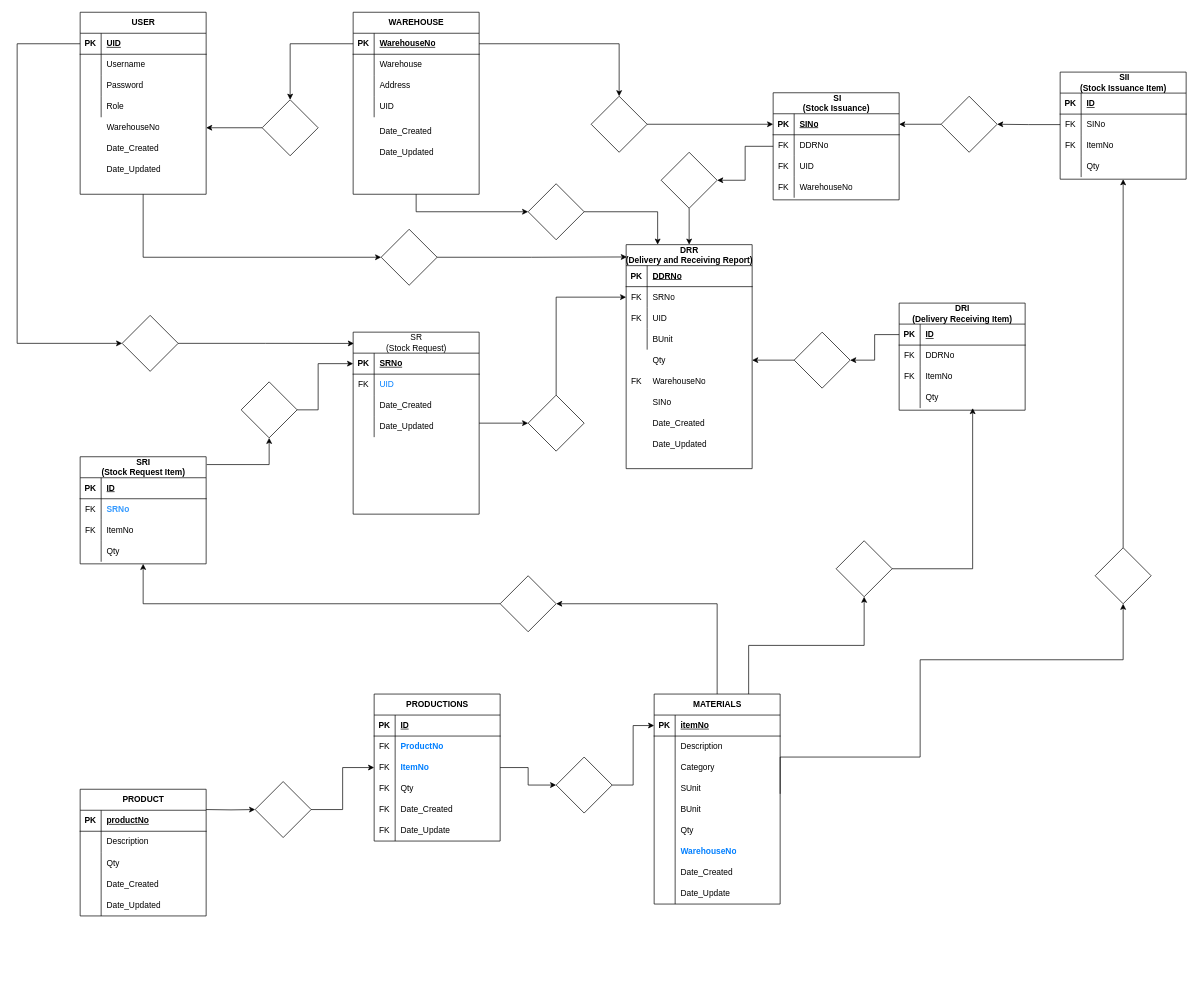
The draw.io diagram Diagram.drawio in ediangca/ACES-POS, before the edit. Source tidied: cells renumbered, new cells numbered last; positions are measured from the earlier drawing's top-left corner, leaving out a move shared by most shapes. Both pictures are drawn from the tidied source at 70%, with x=0, y=0 at pixel (17, 12).
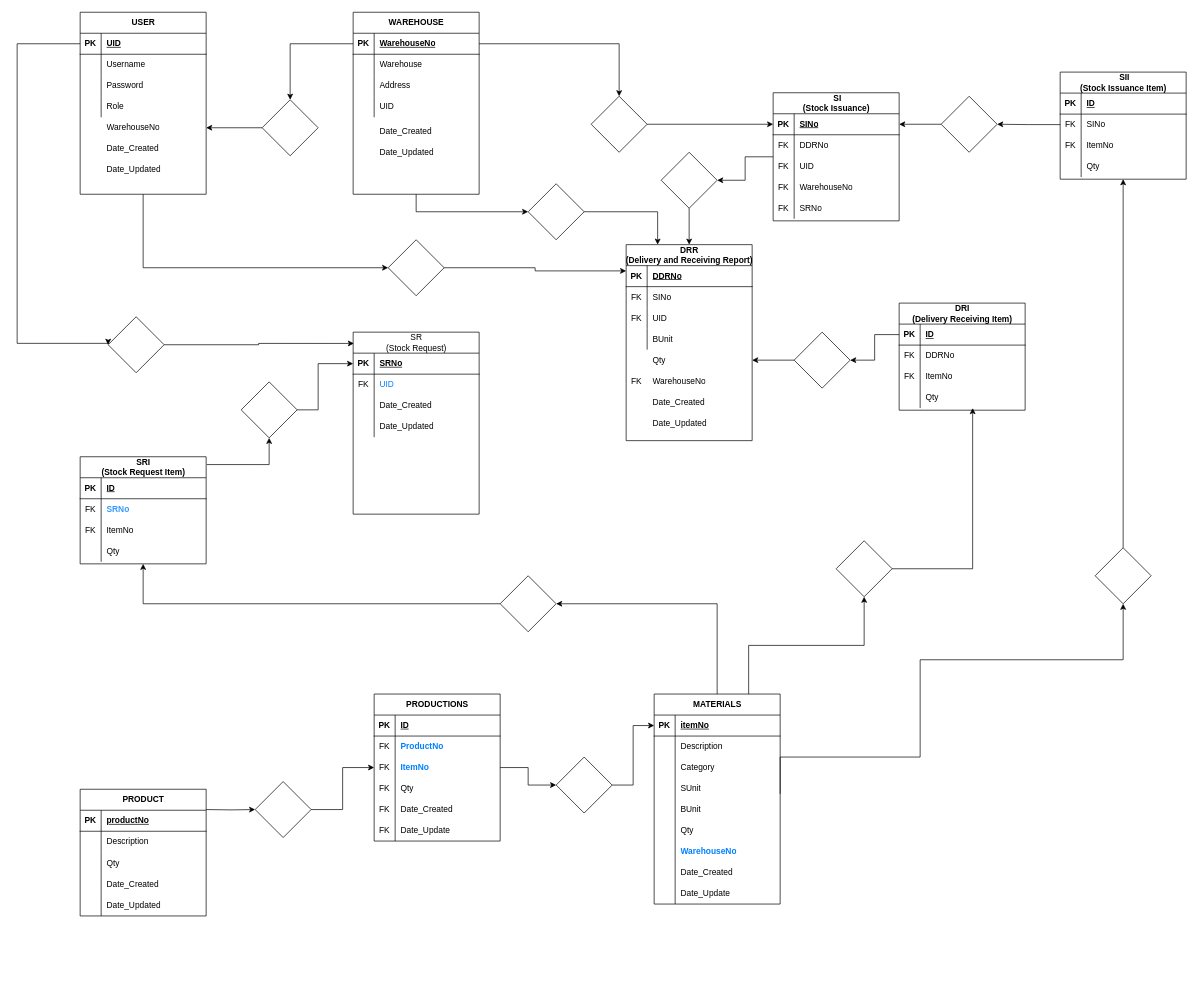
The same page after the edit.

Unchanged cells that the change refers to:
```xml
<mxCell id="107" style="group;" parent="1" vertex="1">
  <mxGeometry x="870" y="332" width="180" height="320" as="geometry" />
</mxCell>
<mxCell id="110" value="PK" style="shape=partialRectangle;fillColor=none;top=0;left=0;bottom=0;right=0;fontStyle=1;overflow=hidden;whiteSpace=wrap;html=1;" parent="109" vertex="1">
  <mxGeometry width="30" height="30" as="geometry" />
</mxCell>
<mxCell id="112" style="shape=tableRow;horizontal=0;startSize=0;swimlaneHead=0;swimlaneBody=0;fillColor=none;top=0;left=0;right=0;bottom=0;" parent="108" vertex="1">
  <mxGeometry y="60" width="180" height="30" as="geometry" />
</mxCell>
<mxCell id="113" value="FK" style="shape=partialRectangle;fillColor=none;top=0;left=0;bottom=0;right=0;overflow=hidden;whiteSpace=wrap;html=1;" parent="112" vertex="1">
  <mxGeometry width="30" height="30" as="geometry" />
</mxCell>
<mxCell id="127" style="shape=tableRow;horizontal=0;startSize=0;swimlaneHead=0;swimlaneBody=0;fillColor=none;top=0;left=0;right=0;bottom=0;" parent="107" vertex="1">
  <mxGeometry y="210" width="180" height="30" as="geometry" />
</mxCell>
<mxCell id="130" style="shape=tableRow;horizontal=0;startSize=0;swimlaneHead=0;swimlaneBody=0;fillColor=none;top=0;left=0;right=0;bottom=0;" parent="107" vertex="1">
  <mxGeometry y="240" width="180" height="30" as="geometry" />
</mxCell>
<mxCell id="137" value="SR&lt;div&gt;(Stock Request)&lt;/div&gt;" style="shape=table;startSize=30;childLayout=tableLayout;rowLines=0;fontStyle=0;align=center;html=1;" parent="1" vertex="1">
  <mxGeometry x="480" y="457" width="180" height="260" as="geometry" />
</mxCell>
```

Diff of the diagram source:
```diff
@@
     <mxCell id="108" value="DRR&lt;div&gt;(Delivery and Receiving Report)&lt;/div&gt;" style="shape=table;startSize=30;childLayout=tableLayout;rowLines=0;fontStyle=1;align=center;html=1;" parent="107" vertex="1">
-      <mxGeometry width="180" height="320" as="geometry" />
+      <mxGeometry width="180" height="280" as="geometry" />
     </mxCell>
@@
-    <mxCell id="114" value="SRNo" style="shape=partialRectangle;fillColor=none;top=0;left=0;bottom=0;right=0;align=left;spacingLeft=6;overflow=hidden;whiteSpace=wrap;html=1;" parent="112" vertex="1">
+    <mxCell id="114" value="SINo" style="shape=partialRectangle;fillColor=none;top=0;left=0;bottom=0;right=0;align=left;spacingLeft=6;overflow=hidden;whiteSpace=wrap;html=1;" parent="112" vertex="1">
       <mxGeometry x="30" width="150" height="30" as="geometry" />
     </mxCell>
@@
-    <mxCell id="129" value="SINo" style="shape=partialRectangle;fillColor=none;top=0;left=0;bottom=0;right=0;align=left;spacingLeft=6;overflow=hidden;whiteSpace=wrap;html=1;" parent="127" vertex="1">
+    <mxCell id="129" value="Date_Created" style="shape=partialRectangle;fillColor=none;top=0;left=0;bottom=0;right=0;align=left;spacingLeft=6;overflow=hidden;whiteSpace=wrap;html=1;" parent="127" vertex="1">
       <mxGeometry x="30" width="150" height="30" as="geometry" />
     </mxCell>
@@
-    <mxCell id="132" value="Date_Created" style="shape=partialRectangle;fillColor=none;top=0;left=0;bottom=0;right=0;align=left;spacingLeft=6;overflow=hidden;whiteSpace=wrap;html=1;" parent="130" vertex="1">
+    <mxCell id="132" value="Date_Updated" style="shape=partialRectangle;fillColor=none;top=0;left=0;bottom=0;right=0;align=left;spacingLeft=6;overflow=hidden;whiteSpace=wrap;html=1;" parent="130" vertex="1">
       <mxGeometry x="30" width="150" height="30" as="geometry" />
     </mxCell>
-    <mxCell id="133" style="shape=tableRow;horizontal=0;startSize=0;swimlaneHead=0;swimlaneBody=0;fillColor=none;top=0;left=0;right=0;bottom=0;" parent="107" vertex="1">
-      <mxGeometry y="270" width="180" height="30" as="geometry" />
-    </mxCell>
-    <mxCell id="134" style="shape=partialRectangle;fillColor=none;top=0;left=0;bottom=0;right=0;overflow=hidden;whiteSpace=wrap;html=1;" parent="133" vertex="1">
-      <mxGeometry width="30" height="30" as="geometry" />
-    </mxCell>
-    <mxCell id="135" value="Date_Updated" style="shape=partialRectangle;fillColor=none;top=0;left=0;bottom=0;right=0;align=left;spacingLeft=6;overflow=hidden;whiteSpace=wrap;html=1;" parent="133" vertex="1">
-      <mxGeometry x="30" width="150" height="30" as="geometry" />
-    </mxCell>
-    <mxCell id="136" style="edgeStyle=orthogonalEdgeStyle;rounded=0;jettySize=auto;html=1;fontFamily=Helvetica;fontSize=12;fontColor=default;fontStyle=1;" parent="1" edge="1" source="137" target="176">
-      <mxGeometry relative="1" as="geometry" />
-    </mxCell>
@@
-    <mxCell id="144" style="shape=tableRow;horizontal=0;startSize=0;swimlaneHead=0;swimlaneBody=0;fillColor=none;top=0;left=0;right=0;bottom=0;" parent="137" vertex="1">
-      <mxGeometry y="90" width="180" height="30" as="geometry" />
-    </mxCell>
-    <mxCell id="145" style="shape=partialRectangle;fillColor=none;top=0;left=0;bottom=0;right=0;overflow=hidden;whiteSpace=wrap;html=1;" parent="144" vertex="1">
-      <mxGeometry width="30" height="30" as="geometry" />
-    </mxCell>
-    <mxCell id="146" value="Date_Created" style="shape=partialRectangle;fillColor=none;top=0;left=0;bottom=0;right=0;align=left;spacingLeft=6;overflow=hidden;whiteSpace=wrap;html=1;" parent="144" vertex="1">
-      <mxGeometry x="30" width="150" height="30" as="geometry" />
-    </mxCell>
     <mxCell id="147" style="shape=tableRow;horizontal=0;startSize=0;swimlaneHead=0;swimlaneBody=0;fillColor=none;top=0;left=0;right=0;bottom=0;" parent="137" vertex="1">
-      <mxGeometry y="120" width="180" height="30" as="geometry" />
+      <mxGeometry y="90" width="180" height="30" as="geometry" />
     </mxCell>
@@
-    <mxCell id="149" value="Date_Updated" style="shape=partialRectangle;fillColor=none;top=0;left=0;bottom=0;right=0;align=left;spacingLeft=6;overflow=hidden;whiteSpace=wrap;html=1;" parent="147" vertex="1">
+    <mxCell id="149" value="Date_Created" style="shape=partialRectangle;fillColor=none;top=0;left=0;bottom=0;right=0;align=left;spacingLeft=6;overflow=hidden;whiteSpace=wrap;html=1;" parent="147" vertex="1">
       <mxGeometry x="30" width="150" height="30" as="geometry" />
     </mxCell>
+    <mxCell id="261" style="shape=tableRow;horizontal=0;startSize=0;swimlaneHead=0;swimlaneBody=0;fillColor=none;top=0;left=0;right=0;bottom=0;" parent="137" vertex="1">
+      <mxGeometry y="120" width="180" height="30" as="geometry" />
+    </mxCell>
+    <mxCell id="262" style="shape=partialRectangle;fillColor=none;top=0;left=0;bottom=0;right=0;overflow=hidden;whiteSpace=wrap;html=1;" parent="261" vertex="1">
+      <mxGeometry width="30" height="30" as="geometry" />
+    </mxCell>
+    <mxCell id="135" value="Date_Updated" style="shape=partialRectangle;fillColor=none;top=0;left=0;bottom=0;right=0;align=left;spacingLeft=6;overflow=hidden;whiteSpace=wrap;html=1;" parent="261" vertex="1">
+      <mxGeometry x="30" width="150" height="30" as="geometry" />
+    </mxCell>
@@
     <mxCell id="153" style="rhombus;whiteSpace=wrap;html=1;startSize=30;fontStyle=1;" parent="1" vertex="1">
-      <mxGeometry x="150" y="433" width="80" height="80" as="geometry" />
+      <mxGeometry x="130" y="435" width="80" height="80" as="geometry" />
     </mxCell>
@@
-    <mxCell id="175" style="edgeStyle=orthogonalEdgeStyle;rounded=0;jettySize=auto;html=1;entryX=0;entryY=0.5;entryDx=0;entryDy=0;fontFamily=Helvetica;fontSize=12;fontColor=default;fontStyle=1;exitX=0.5;exitY=0;exitDx=0;exitDy=0;" parent="1" edge="1" source="176" target="113">
-      <mxGeometry relative="1" as="geometry" />
-    </mxCell>
-    <mxCell id="176" style="rhombus;whiteSpace=wrap;html=1;startSize=30;fontStyle=1;" parent="1" vertex="1">
-      <mxGeometry x="730" y="547" width="80" height="80" as="geometry" />
-    </mxCell>
@@
     <mxCell id="196" style="rhombus;whiteSpace=wrap;html=1;startSize=30;fontStyle=1;" parent="1" vertex="1">
-      <mxGeometry x="520" y="310" width="80" height="80" as="geometry" />
+      <mxGeometry x="530" y="325" width="80" height="80" as="geometry" />
     </mxCell>
@@
-    <mxCell id="198" style="edgeStyle=orthogonalEdgeStyle;rounded=0;jettySize=auto;html=1;entryX=0.006;entryY=0.055;entryDx=0;entryDy=0;entryPerimeter=0;fontFamily=Helvetica;fontSize=12;fontColor=default;fontStyle=1;" parent="1" edge="1" source="196" target="108">
+    <mxCell id="198" style="edgeStyle=orthogonalEdgeStyle;rounded=0;jettySize=auto;html=1;entryX=0;entryY=0.25;entryDx=0;entryDy=0;fontFamily=Helvetica;fontSize=12;fontColor=default;fontStyle=1;" parent="1" edge="1" source="196" target="110">
       <mxGeometry relative="1" as="geometry" />
     </mxCell>
@@
     <mxCell id="223" value="&lt;div&gt;&amp;nbsp;SI&lt;/div&gt;&lt;div&gt;(Stock Issuance)&lt;/div&gt;" style="shape=table;startSize=30;childLayout=tableLayout;rowLines=0;fontStyle=1;align=center;html=1;" parent="1" vertex="1">
-      <mxGeometry x="1080" y="115" width="180" height="153" as="geometry" />
+      <mxGeometry x="1080" y="115" width="180" height="183" as="geometry" />
     </mxCell>
@@
+    <mxCell id="263" style="shape=tableRow;horizontal=0;startSize=0;swimlaneHead=0;swimlaneBody=0;fillColor=none;top=0;left=0;right=0;bottom=0;" parent="223" vertex="1">
+      <mxGeometry y="150" width="180" height="30" as="geometry" />
+    </mxCell>
+    <mxCell id="264" value="FK" style="shape=partialRectangle;fillColor=none;top=0;left=0;bottom=0;right=0;overflow=hidden;whiteSpace=wrap;html=1;" parent="263" vertex="1">
+      <mxGeometry width="30" height="30" as="geometry" />
+    </mxCell>
+    <mxCell id="265" value="SRNo" style="shape=partialRectangle;fillColor=none;top=0;left=0;bottom=0;right=0;align=left;spacingLeft=6;overflow=hidden;whiteSpace=wrap;html=1;" parent="263" vertex="1">
+      <mxGeometry x="30" width="150" height="30" as="geometry" />
+    </mxCell>
```
